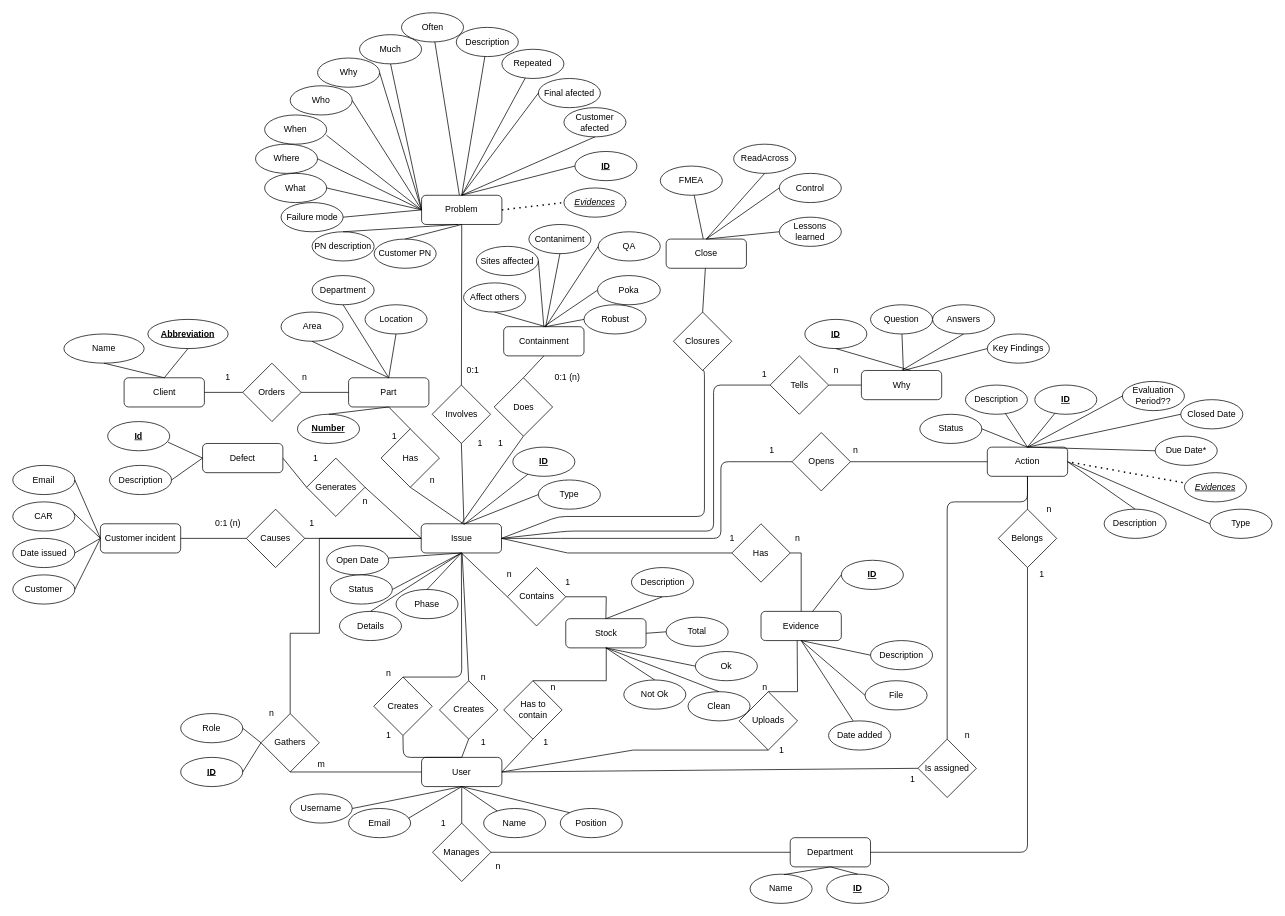
The draw.io diagram api/db/model/EntityRelationshipDiagram.drawio in FFahrenheit/ScrapActionListAPI, before the edit. Source tidied: cells renumbered, new cells numbered last; positions are measured from the earlier drawing's top-left corner, leaving out a move shared by most shapes. Both pictures are drawn from the tidied source at 73%, with x=0, y=0 at pixel (12, 12).
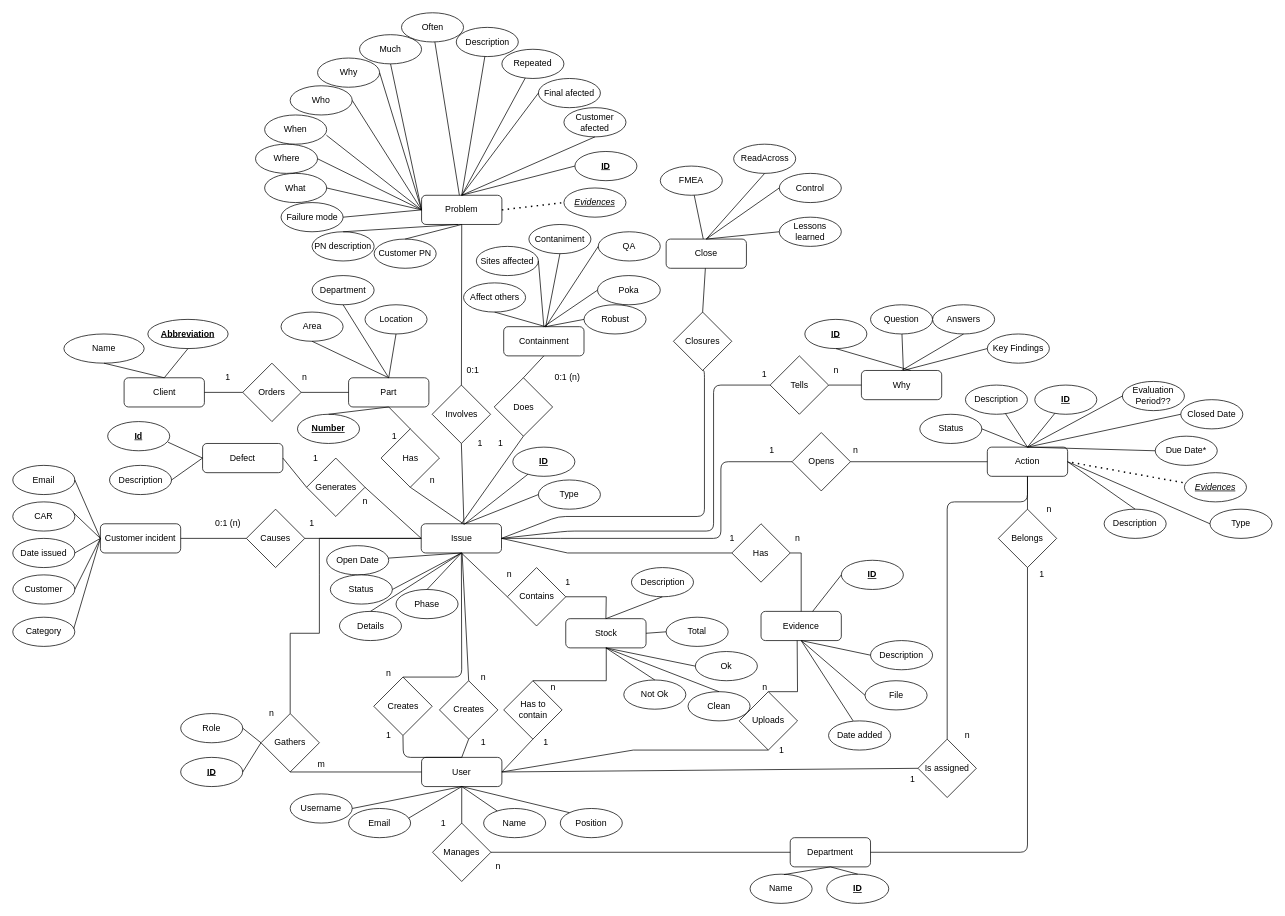
The same diagram, later.

The change refers to these unchanged cells:
```xml
<mxCell id="110" value="Customer incident" style="rounded=1;whiteSpace=wrap;html=1;" parent="1" vertex="1">
  <mxGeometry x="120" y="700" width="110" height="40" as="geometry" />
</mxCell>
```

The edit, as a diff of the source:
```diff
@@
+    <mxCell id="257" value="Category" style="ellipse;whiteSpace=wrap;html=1;" parent="1" vertex="1">
+      <mxGeometry y="828" width="85" height="40" as="geometry" />
+    </mxCell>
+    <mxCell id="258" style="endArrow=none;html=1;rounded=0;entryX=0;entryY=0.5;entryDx=0;entryDy=0;exitX=0.982;exitY=0.394;exitDx=0;exitDy=0;exitPerimeter=0;" parent="1" edge="1" source="257" target="110">
+      <mxGeometry relative="1" as="geometry" />
+    </mxCell>
```
